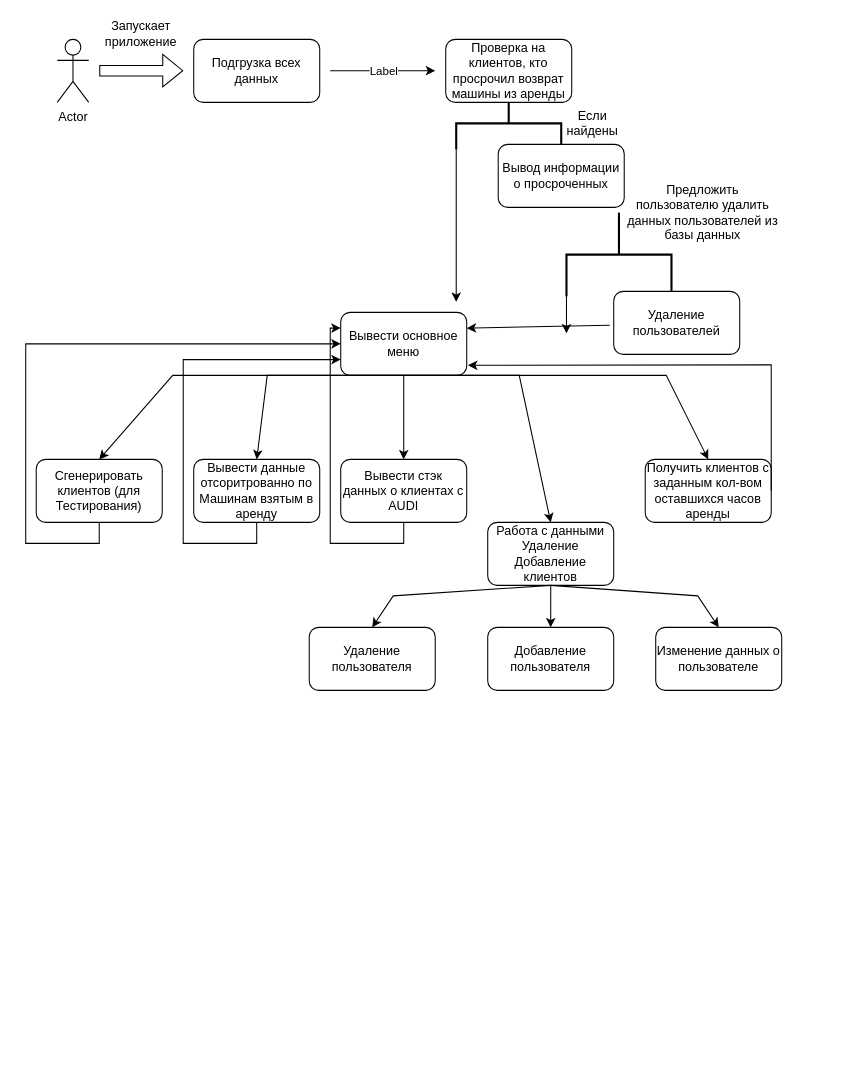
Above: Practice 27-28.drawio in MaximRodichev/Base-of-Algorithmisation-and-Programming (draw.io), before the change. Source tidied: cells renumbered, new cells numbered last; positions are measured from the earlier drawing's top-left corner, leaving out a move shared by most shapes. Both pictures are drawn from the tidied source at 105%, with x=0, y=0 at pixel (25, 18).
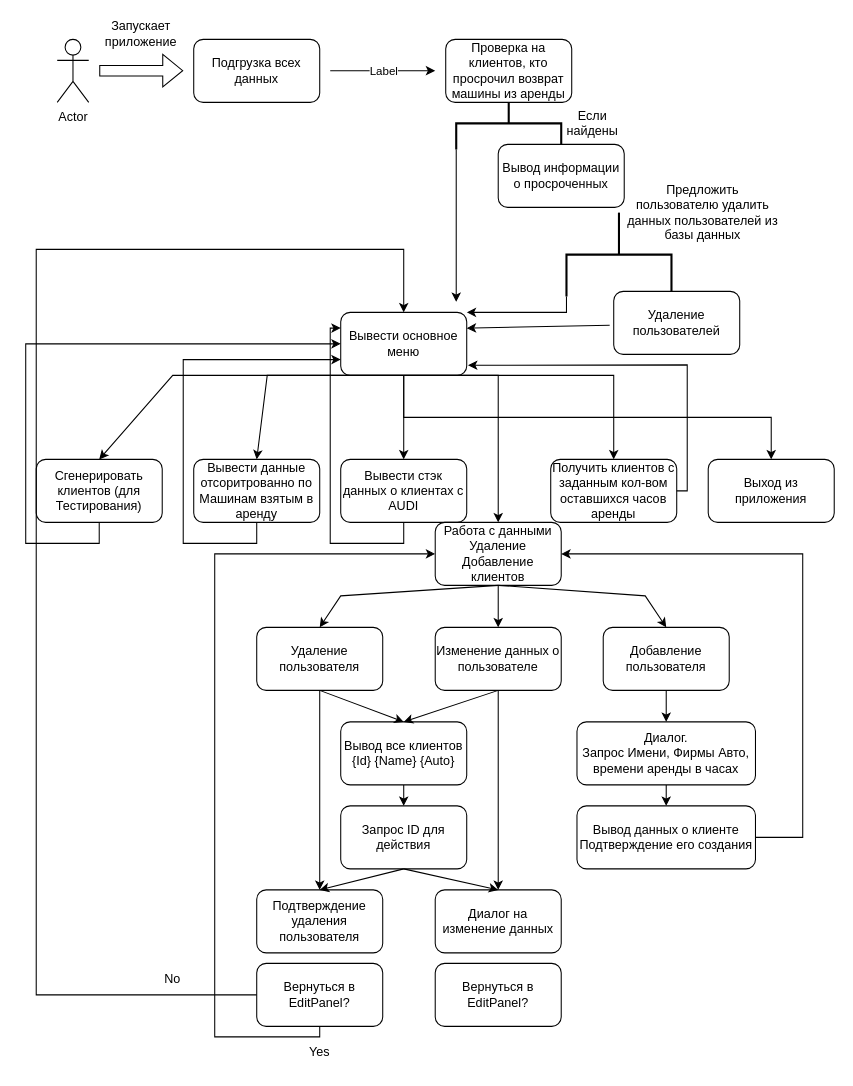
The same diagram, later.

Unchanged cells that the change refers to:
```xml
<mxCell id="12" style="strokeWidth=2;html=1;shape=mxgraph.flowchart.annotation_2;align=left;labelPosition=right;rotation=90;" parent="1" vertex="1">
  <mxGeometry x="525" y="175" width="80" height="100" as="geometry" />
</mxCell>
<mxCell id="18" value="Вывести основное меню" style="rounded=1;whiteSpace=wrap;html=1;" parent="1" vertex="1">
  <mxGeometry x="300" y="280" width="120" height="60" as="geometry" />
</mxCell>
```

The edit, as a diff of the source:
```diff
@@
-    <mxCell id="16" style="endArrow=classic;html=1;rounded=0;exitX=1;exitY=1;exitDx=0;exitDy=0;exitPerimeter=0;" parent="1" edge="1" source="12">
+    <mxCell id="16" style="endArrow=classic;html=1;rounded=0;exitX=1;exitY=1;exitDx=0;exitDy=0;exitPerimeter=0;entryX=1;entryY=0;entryDx=0;entryDy=0;" parent="1" edge="1" source="12" target="18">
       <mxGeometry relative="1" as="geometry">
-        <mxPoint x="515" y="300" as="targetPoint" />
+        <Array as="points">
+          <mxPoint x="515" y="280" />
+        </Array>
       </mxGeometry>
     </mxCell>
@@
     <mxCell id="25" value="Работа с данными&lt;br&gt;Удаление Добавление клиентов" style="rounded=1;whiteSpace=wrap;html=1;" parent="1" vertex="1">
-      <mxGeometry x="440" y="480" width="120" height="60" as="geometry" />
+      <mxGeometry x="390" y="480" width="120" height="60" as="geometry" />
     </mxCell>
     <mxCell id="26" style="endArrow=classic;html=1;rounded=0;exitX=0.5;exitY=1;exitDx=0;exitDy=0;entryX=0.5;entryY=0;entryDx=0;entryDy=0;" parent="1" edge="1" source="18" target="25">
       <mxGeometry relative="1" as="geometry">
         <Array as="points">
-          <mxPoint x="470" y="340" />
+          <mxPoint x="450" y="340" />
         </Array>
       </mxGeometry>
     </mxCell>
     <mxCell id="27" value="Получить клиентов с заданным кол-вом оставшихся часов аренды" style="rounded=1;whiteSpace=wrap;html=1;" parent="1" vertex="1">
-      <mxGeometry x="590" y="420" width="120" height="60" as="geometry" />
+      <mxGeometry x="500" y="420" width="120" height="60" as="geometry" />
     </mxCell>
     <mxCell id="28" style="endArrow=classic;html=1;rounded=0;entryX=0.5;entryY=0;entryDx=0;entryDy=0;exitX=0.5;exitY=1;exitDx=0;exitDy=0;" parent="1" edge="1" source="18" target="27">
       <mxGeometry relative="1" as="geometry">
         <Array as="points">
-          <mxPoint x="610" y="340" />
+          <mxPoint x="560" y="340" />
         </Array>
       </mxGeometry>
     </mxCell>
     <mxCell id="29" style="endArrow=classic;html=1;rounded=0;exitX=0.5;exitY=1;exitDx=0;exitDy=0;entryX=0.5;entryY=0;entryDx=0;entryDy=0;" parent="1" edge="1" source="25" target="30">
       <mxGeometry relative="1" as="geometry">
         <Array as="points">
-          <mxPoint x="350" y="550" />
+          <mxPoint x="300" y="550" />
         </Array>
       </mxGeometry>
     </mxCell>
     <mxCell id="30" value="Удаление пользователя" style="rounded=1;whiteSpace=wrap;html=1;" parent="1" vertex="1">
-      <mxGeometry x="270" y="580" width="120" height="60" as="geometry" />
+      <mxGeometry x="220" y="580" width="120" height="60" as="geometry" />
     </mxCell>
-    <mxCell id="31" value="Добавление пользователя" style="rounded=1;whiteSpace=wrap;html=1;" parent="1" vertex="1">
-      <mxGeometry x="440" y="580" width="120" height="60" as="geometry" />
+    <mxCell id="31" value="Изменение данных о пользователе" style="rounded=1;whiteSpace=wrap;html=1;" parent="1" vertex="1">
+      <mxGeometry x="390" y="580" width="120" height="60" as="geometry" />
     </mxCell>
-    <mxCell id="32" value="Изменение данных о пользователе" style="rounded=1;whiteSpace=wrap;html=1;" parent="1" vertex="1">
-      <mxGeometry x="600" y="580" width="120" height="60" as="geometry" />
+    <mxCell id="32" value="Добавление пользователя" style="rounded=1;whiteSpace=wrap;html=1;" parent="1" vertex="1">
+      <mxGeometry x="550" y="580" width="120" height="60" as="geometry" />
     </mxCell>
     <mxCell id="33" style="endArrow=classic;html=1;rounded=0;exitX=0.5;exitY=1;exitDx=0;exitDy=0;entryX=0.5;entryY=0;entryDx=0;entryDy=0;" parent="1" edge="1" source="25" target="31">
       <mxGeometry relative="1" as="geometry">
         <Array as="points">
-          <mxPoint x="500" y="560" />
+          <mxPoint x="450" y="560" />
         </Array>
       </mxGeometry>
     </mxCell>
     <mxCell id="34" style="endArrow=classic;html=1;rounded=0;exitX=0.5;exitY=1;exitDx=0;exitDy=0;entryX=0.5;entryY=0;entryDx=0;entryDy=0;" parent="1" edge="1" source="25" target="32">
       <mxGeometry relative="1" as="geometry">
         <Array as="points">
-          <mxPoint x="640" y="550" />
+          <mxPoint x="590" y="550" />
         </Array>
       </mxGeometry>
     </mxCell>
@@
     <mxCell id="38" style="endArrow=classic;html=1;rounded=0;exitX=1;exitY=0.5;exitDx=0;exitDy=0;entryX=1.01;entryY=0.84;entryDx=0;entryDy=0;entryPerimeter=0;" parent="1" edge="1" source="27" target="18">
       <mxGeometry relative="1" as="geometry">
         <Array as="points">
-          <mxPoint x="710" y="330" />
+          <mxPoint x="630" y="450" />
+          <mxPoint x="630" y="330" />
         </Array>
       </mxGeometry>
     </mxCell>
+    <mxCell id="39" value="Вывод все клиентов&lt;div&gt;{Id} {Name} {Auto}&lt;/div&gt;" style="rounded=1;whiteSpace=wrap;html=1;" parent="1" vertex="1">
+      <mxGeometry x="300" y="670" width="120" height="60" as="geometry" />
+    </mxCell>
+    <mxCell id="40" style="endArrow=classic;html=1;rounded=0;exitX=0.5;exitY=1;exitDx=0;exitDy=0;entryX=0.5;entryY=0;entryDx=0;entryDy=0;" parent="1" edge="1" source="30" target="39">
+      <mxGeometry relative="1" as="geometry" />
+    </mxCell>
+    <mxCell id="41" value="Запрос ID для действия" style="rounded=1;whiteSpace=wrap;html=1;" parent="1" vertex="1">
+      <mxGeometry x="300" y="750" width="120" height="60" as="geometry" />
+    </mxCell>
+    <mxCell id="42" value="Подтверждение удаления пользователя" style="rounded=1;whiteSpace=wrap;html=1;" parent="1" vertex="1">
+      <mxGeometry x="220" y="830" width="120" height="60" as="geometry" />
+    </mxCell>
+    <mxCell id="43" style="endArrow=classic;html=1;rounded=0;entryX=0;entryY=0.5;entryDx=0;entryDy=0;exitX=0.5;exitY=1;exitDx=0;exitDy=0;" parent="1" edge="1" source="46" target="25">
+      <mxGeometry relative="1" as="geometry">
+        <Array as="points">
+          <mxPoint x="280" y="970" />
+          <mxPoint x="180" y="970" />
+          <mxPoint x="180" y="890" />
+          <mxPoint x="180" y="510" />
+        </Array>
+      </mxGeometry>
+    </mxCell>
+    <mxCell id="44" style="endArrow=classic;html=1;rounded=0;exitX=0.5;exitY=1;exitDx=0;exitDy=0;entryX=0.5;entryY=0;entryDx=0;entryDy=0;" parent="1" edge="1" source="39" target="41">
+      <mxGeometry relative="1" as="geometry" />
+    </mxCell>
+    <mxCell id="45" style="endArrow=classic;html=1;rounded=0;exitX=0.5;exitY=1;exitDx=0;exitDy=0;entryX=0.5;entryY=0;entryDx=0;entryDy=0;" parent="1" edge="1" source="41" target="42">
+      <mxGeometry relative="1" as="geometry" />
+    </mxCell>
+    <mxCell id="46" value="Вернуться в EditPanel?" style="rounded=1;whiteSpace=wrap;html=1;" parent="1" vertex="1">
+      <mxGeometry x="220" y="900" width="120" height="60" as="geometry" />
+    </mxCell>
+    <mxCell id="47" style="endArrow=classic;html=1;rounded=0;exitX=0;exitY=0.5;exitDx=0;exitDy=0;entryX=0.5;entryY=0;entryDx=0;entryDy=0;" parent="1" edge="1" source="46" target="18">
+      <mxGeometry relative="1" as="geometry">
+        <Array as="points">
+          <mxPoint x="10" y="930" />
+          <mxPoint x="10" y="220" />
+          <mxPoint x="360" y="220" />
+        </Array>
+      </mxGeometry>
+    </mxCell>
+    <mxCell id="48" value="No" style="text;html=1;align=center;verticalAlign=middle;whiteSpace=wrap;rounded=0;" parent="1" vertex="1">
+      <mxGeometry x="110" y="900" width="60" height="30" as="geometry" />
+    </mxCell>
+    <mxCell id="49" value="Yes" style="text;html=1;align=center;verticalAlign=middle;whiteSpace=wrap;rounded=0;" parent="1" vertex="1">
+      <mxGeometry x="250" y="970" width="60" height="30" as="geometry" />
+    </mxCell>
+    <mxCell id="50" style="endArrow=classic;html=1;rounded=0;exitX=0.5;exitY=1;exitDx=0;exitDy=0;entryX=0.5;entryY=0;entryDx=0;entryDy=0;" parent="1" edge="1" source="31" target="39">
+      <mxGeometry relative="1" as="geometry" />
+    </mxCell>
+    <mxCell id="51" style="endArrow=classic;html=1;rounded=0;exitX=0.5;exitY=1;exitDx=0;exitDy=0;entryX=0.5;entryY=0;entryDx=0;entryDy=0;" parent="1" edge="1" source="30" target="42">
+      <mxGeometry relative="1" as="geometry" />
+    </mxCell>
+    <mxCell id="52" value="Диалог на изменение данных" style="rounded=1;whiteSpace=wrap;html=1;" parent="1" vertex="1">
+      <mxGeometry x="390" y="830" width="120" height="60" as="geometry" />
+    </mxCell>
+    <mxCell id="53" value="Вернуться в EditPanel?" style="rounded=1;whiteSpace=wrap;html=1;" parent="1" vertex="1">
+      <mxGeometry x="390" y="900" width="120" height="60" as="geometry" />
+    </mxCell>
+    <mxCell id="54" style="endArrow=classic;html=1;rounded=0;entryX=0.5;entryY=0;entryDx=0;entryDy=0;exitX=0.5;exitY=1;exitDx=0;exitDy=0;" parent="1" edge="1" source="41" target="52">
+      <mxGeometry relative="1" as="geometry" />
+    </mxCell>
+    <mxCell id="55" style="endArrow=classic;html=1;rounded=0;exitX=0.5;exitY=1;exitDx=0;exitDy=0;entryX=0.5;entryY=0;entryDx=0;entryDy=0;" parent="1" edge="1" source="31" target="52">
+      <mxGeometry relative="1" as="geometry" />
+    </mxCell>
+    <mxCell id="56" value="Диалог.&lt;br&gt;Запрос Имени, Фирмы Авто, времени аренды в часах" style="rounded=1;whiteSpace=wrap;html=1;" parent="1" vertex="1">
+      <mxGeometry x="525" y="670" width="170" height="60" as="geometry" />
+    </mxCell>
+    <mxCell id="57" style="endArrow=classic;html=1;rounded=0;exitX=0.5;exitY=1;exitDx=0;exitDy=0;entryX=0.5;entryY=0;entryDx=0;entryDy=0;" parent="1" edge="1" source="32" target="56">
+      <mxGeometry relative="1" as="geometry" />
+    </mxCell>
+    <mxCell id="58" value="Вывод данных о клиенте&lt;div&gt;Подтверждение его создания&lt;/div&gt;" style="rounded=1;whiteSpace=wrap;html=1;" parent="1" vertex="1">
+      <mxGeometry x="525" y="750" width="170" height="60" as="geometry" />
+    </mxCell>
+    <mxCell id="59" style="endArrow=classic;html=1;rounded=0;entryX=0.5;entryY=0;entryDx=0;entryDy=0;" parent="1" edge="1" source="56" target="58">
+      <mxGeometry relative="1" as="geometry" />
+    </mxCell>
+    <mxCell id="60" style="endArrow=classic;html=1;rounded=0;exitX=1;exitY=0.5;exitDx=0;exitDy=0;entryX=1;entryY=0.5;entryDx=0;entryDy=0;" parent="1" edge="1" source="58" target="25">
+      <mxGeometry relative="1" as="geometry">
+        <Array as="points">
+          <mxPoint x="740" y="780" />
+          <mxPoint x="740" y="510" />
+        </Array>
+      </mxGeometry>
+    </mxCell>
+    <mxCell id="61" value="Выход из приложения" style="rounded=1;whiteSpace=wrap;html=1;" parent="1" vertex="1">
+      <mxGeometry x="650" y="420" width="120" height="60" as="geometry" />
+    </mxCell>
+    <mxCell id="62" style="endArrow=classic;html=1;rounded=0;entryX=0.5;entryY=0;entryDx=0;entryDy=0;exitX=0.5;exitY=1;exitDx=0;exitDy=0;" parent="1" edge="1" source="18" target="61">
+      <mxGeometry relative="1" as="geometry">
+        <Array as="points">
+          <mxPoint x="360" y="380" />
+          <mxPoint x="710" y="380" />
+        </Array>
+      </mxGeometry>
+    </mxCell>
```
